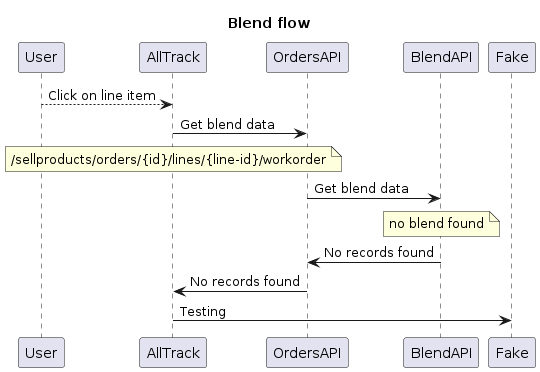
Before: docs/myarch.png, a diagram exported from PlantUML (das01d/simple-app). The source it was exported from:
```plantuml
@startuml
title Blend flow

User --> AllTrack: Click on line item

AllTrack -> OrdersAPI: Get blend data
note over AllTrack: /sellproducts/orders/{id}/lines/{line-id}/workorder
OrdersAPI -> BlendAPI: Get blend data
note over BlendAPI: no blend found
BlendAPI -> OrdersAPI: No records found
OrdersAPI -> AllTrack: No records found
AllTrack -> Fake: Testing
@enduml
```
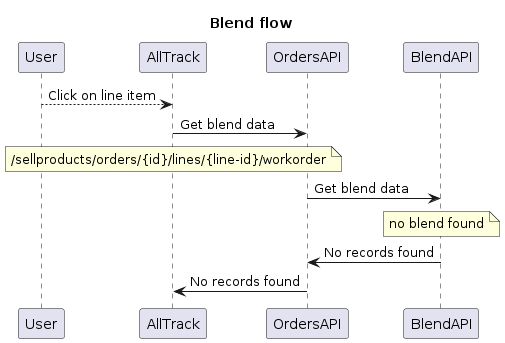
The same diagram one commit later.

Commit message:
Generate images for PlantUML diagrams

Change to the diagram source:
```diff
@@ -9,5 +9,4 @@
 note over BlendAPI: no blend found
 BlendAPI -> OrdersAPI: No records found
 OrdersAPI -> AllTrack: No records found
-AllTrack -> Fake: Testing
 @enduml
```
